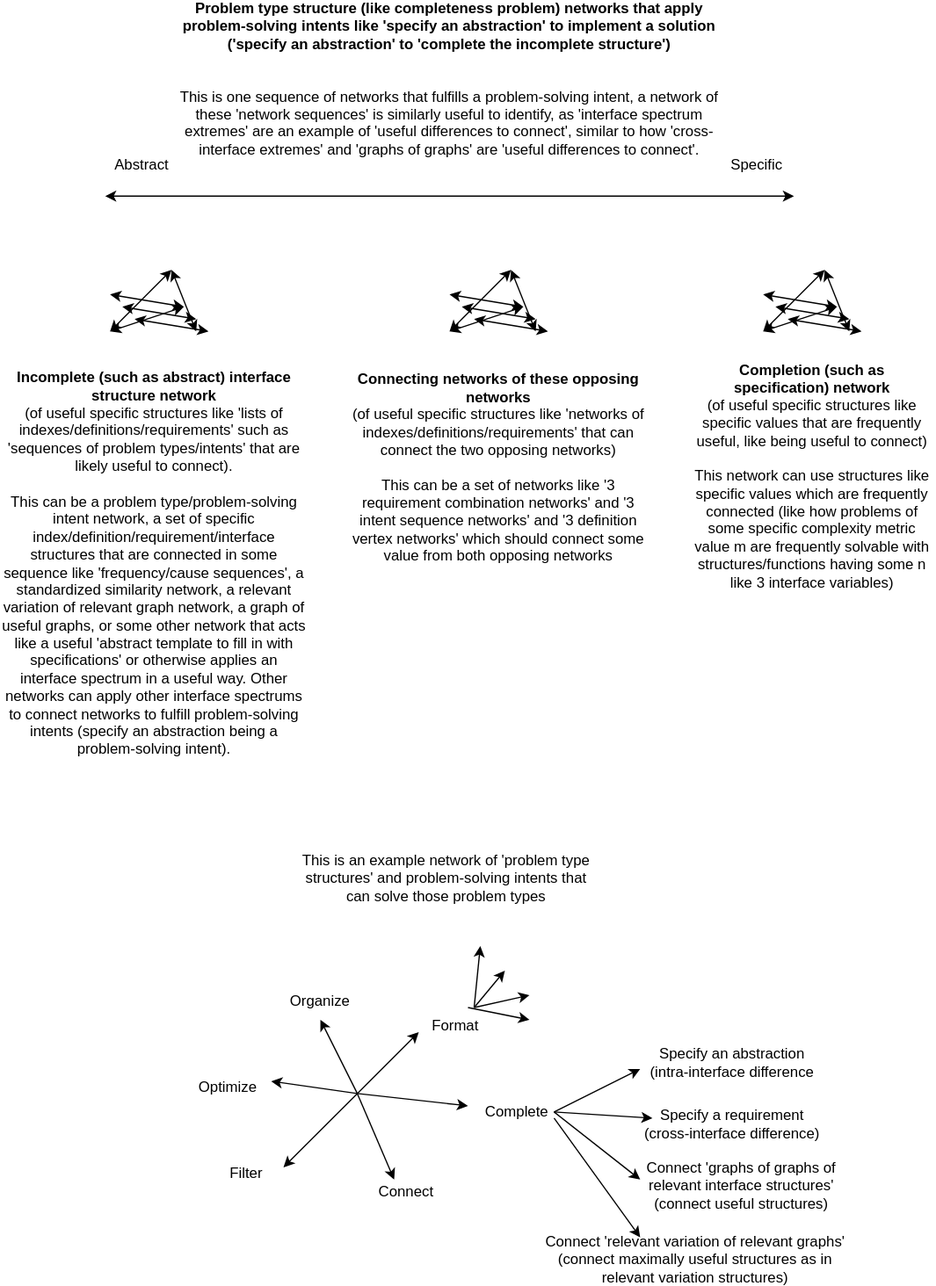
Above: docs/objects/problem_type_intent_interface_spectrum_implementations.drawio.svg in outdreamer/build-a-cure (draw.io), before the change. Source tidied: cells renumbered, new cells last; positions are measured from the earlier drawing's top-left corner, leaving out a move shared by most shapes.
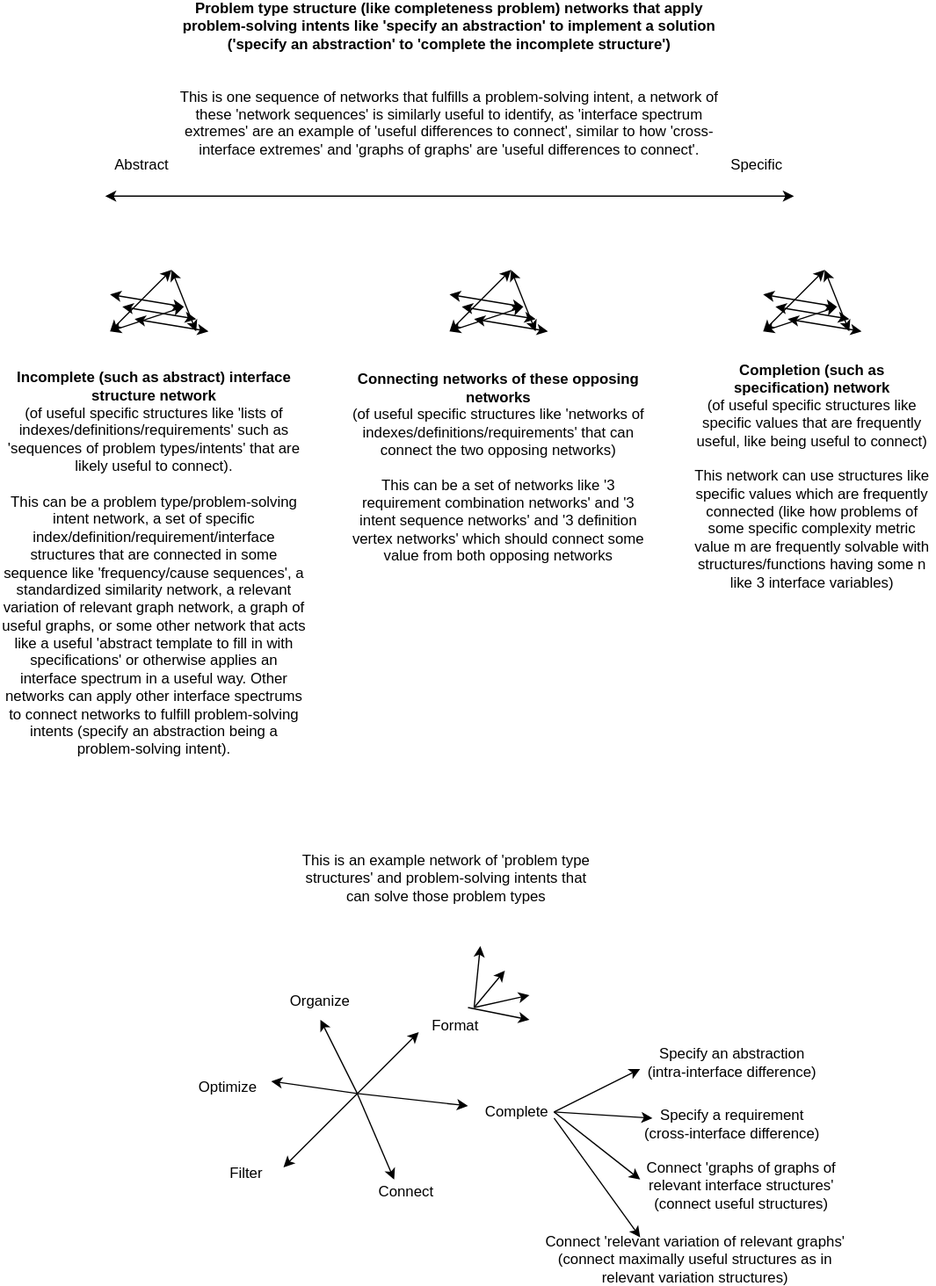
The same diagram one commit later.

Change to the diagram source:
```diff
@@ -208,7 +208,7 @@
         <mxPoint x="450" y="860" as="sourcePoint" />
       </mxGeometry>
     </mxCell>
-    <mxCell id="43" value="Specify an abstraction (intra-interface difference" style="text;html=1;strokeColor=none;fillColor=none;align=center;verticalAlign=middle;whiteSpace=wrap;rounded=0;" parent="1" vertex="1">
+    <mxCell id="43" value="Specify an abstraction (intra-interface difference)" style="text;html=1;strokeColor=none;fillColor=none;align=center;verticalAlign=middle;whiteSpace=wrap;rounded=0;" parent="1" vertex="1">
       <mxGeometry x="520" y="800" width="150" height="30" as="geometry" />
     </mxCell>
     <mxCell id="44" value="Specify a requirement (cross-interface difference)" style="text;html=1;strokeColor=none;fillColor=none;align=center;verticalAlign=middle;whiteSpace=wrap;rounded=0;" parent="1" vertex="1">
```
